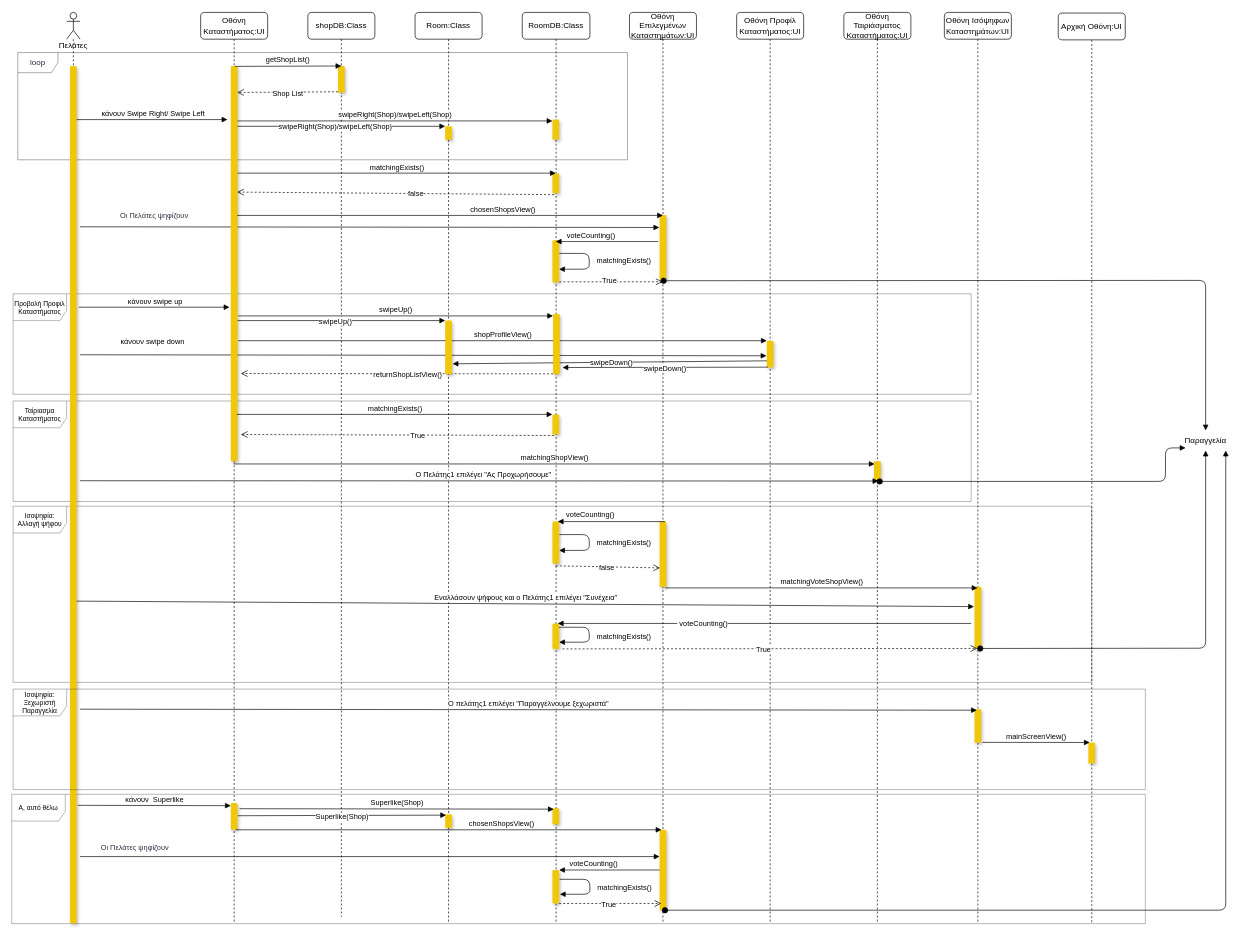
Above: docs/contributions/AthanasiaZ/Writing-Charts/Phase5/User Team Choice Shop/Team_Choice_Shop_Sequence.drawio in iloudaros/nomnomr (draw.io), before the change. Source tidied: cells renumbered, new cells numbered last; positions are measured from the earlier drawing's top-left corner, leaving out a move shared by most shapes. Both pictures are drawn from the tidied source at 67%, with x=0, y=0 at pixel (11, 12).
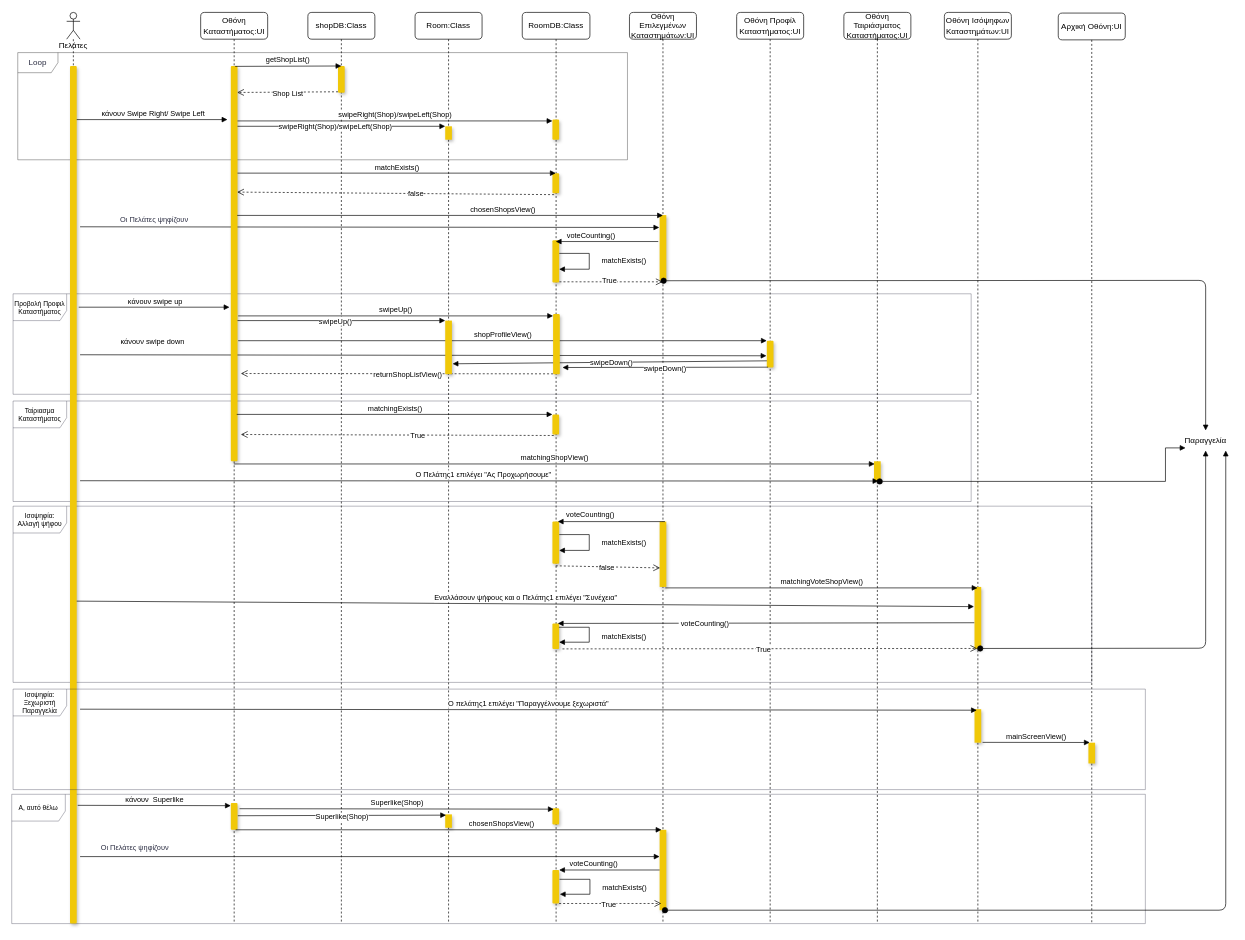
The same diagram, later.

The change refers to these unchanged cells:
```xml
<mxCell id="8" style="html=1;verticalAlign=bottom;endArrow=block;rounded=0;entryX=-0.05;entryY=0.19;entryDx=0;entryDy=0;entryPerimeter=0;" parent="1" edge="1" target="26">
  <mxGeometry x="-0.84" y="10" relative="1" as="geometry">
    <mxPoint x="102" y="320" as="sourcePoint" />
  </mxGeometry>
</mxCell>
<mxCell id="31" style="html=1;points=[];perimeter=orthogonalPerimeter;rounded=0;shadow=1;fillColor=#F0C808;strokeColor=none;arcSize=50;" parent="30" vertex="1">
  <mxGeometry x="45" y="857.5" width="10" height="92.5" as="geometry" />
</mxCell>
<mxCell id="40" value="RoomDB:Class" style="shape=umlLifeline;perimeter=lifelinePerimeter;whiteSpace=wrap;html=1;outlineConnect=0;rounded=1;shadow=0;fillColor=#FFFFFF;" parent="1" vertex="1">
  <mxGeometry x="762" width="101" height="1360" as="geometry" />
</mxCell>
<mxCell id="42" style="html=1;points=[];perimeter=orthogonalPerimeter;rounded=1;shadow=1;fillColor=#F0C808;strokeColor=none;" parent="40" vertex="1">
  <mxGeometry x="45" y="760" width="10" height="63" as="geometry" />
</mxCell>
<mxCell id="44" style="html=1;points=[];perimeter=orthogonalPerimeter;rounded=1;shadow=1;fillColor=#F0C808;strokeColor=none;" parent="40" vertex="1">
  <mxGeometry x="45" y="912" width="10" height="38" as="geometry" />
</mxCell>
<mxCell id="61" style="html=1;points=[];perimeter=orthogonalPerimeter;rounded=0;shadow=1;fillColor=#F0C808;strokeColor=none;arcSize=50;" parent="60" vertex="1">
  <mxGeometry x="45" y="670" width="10" height="30" as="geometry" />
</mxCell>
```

What changed in the source:
```diff
@@
     <mxCell id="9" value="Oι Πελάτες ψηφίζουν&amp;nbsp;" style="edgeLabel;html=1;align=center;verticalAlign=middle;fontColor=#2B2D42;" parent="8" vertex="1">
       <mxGeometry x="0.41" y="4" relative="1" as="geometry">
-        <mxPoint x="-498" y="-14" as="offset" />
+        <mxPoint x="-498" y="-7" as="offset" />
       </mxGeometry>
     </mxCell>
-    <mxCell id="10" value="loop" style="shape=umlFrame;whiteSpace=wrap;html=1;fontColor=#2B2D42;strokeWidth=0.5;" parent="1" vertex="1">
+    <mxCell id="10" value="Loop" style="shape=umlFrame;whiteSpace=wrap;html=1;fontColor=#2B2D42;strokeWidth=0.5;" parent="1" vertex="1">
       <mxGeometry x="9" y="60" width="910" height="160" as="geometry" />
     </mxCell>
@@
     <mxCell id="17" value="shopDB:Class" style="shape=umlLifeline;perimeter=lifelinePerimeter;whiteSpace=wrap;html=1;rounded=1;shadow=0;fillColor=#FFFFFF;" parent="1" vertex="1">
-      <mxGeometry x="442" width="100" height="1350" as="geometry" />
+      <mxGeometry x="442" width="100" height="1360" as="geometry" />
     </mxCell>
@@
-    <mxCell id="51" value="&amp;nbsp;matchingExists()" style="html=1;verticalAlign=bottom;endArrow=block;rounded=1;exitX=1.031;exitY=0.308;exitDx=0;exitDy=0;exitPerimeter=0;edgeStyle=orthogonalEdgeStyle;" parent="40" edge="1" source="42" target="42">
+    <mxCell id="51" value="&amp;nbsp;matchExists()" style="html=1;verticalAlign=bottom;endArrow=block;rounded=0;exitX=1.031;exitY=0.308;exitDx=0;exitDy=0;exitPerimeter=0;edgeStyle=orthogonalEdgeStyle;" parent="40" edge="1" source="42" target="42">
       <mxGeometry x="0.15" y="50" relative="1" as="geometry">
         <Array as="points">
           <mxPoint x="100" y="779" />
           <mxPoint x="100" y="803" />
         </Array>
       </mxGeometry>
     </mxCell>
-    <mxCell id="52" value="&amp;nbsp;matchingExists()" style="html=1;verticalAlign=bottom;endArrow=block;rounded=1;exitX=1.031;exitY=0.308;exitDx=0;exitDy=0;exitPerimeter=0;edgeStyle=orthogonalEdgeStyle;" parent="40" edge="1">
+    <mxCell id="52" value="&amp;nbsp;matchExists()" style="html=1;verticalAlign=bottom;endArrow=block;rounded=0;exitX=1.031;exitY=0.308;exitDx=0;exitDy=0;exitPerimeter=0;edgeStyle=orthogonalEdgeStyle;" parent="40" edge="1">
       <mxGeometry x="0.15" y="50" relative="1" as="geometry">
         <mxPoint x="55.3" y="359.7" as="sourcePoint" />
         <mxPoint x="55" y="383.3" as="targetPoint" />
         <Array as="points">
           <mxPoint x="100" y="359.3" />
           <mxPoint x="100" y="383.3" />
         </Array>
       </mxGeometry>
     </mxCell>
-    <mxCell id="53" value="&amp;nbsp;matchingExists()" style="html=1;verticalAlign=bottom;endArrow=block;rounded=1;exitX=0.967;exitY=0.151;exitDx=0;exitDy=0;exitPerimeter=0;edgeStyle=orthogonalEdgeStyle;" parent="40" edge="1">
+    <mxCell id="53" value="&amp;nbsp;matchExists()" style="html=1;verticalAlign=bottom;endArrow=block;rounded=0;exitX=0.967;exitY=0.151;exitDx=0;exitDy=0;exitPerimeter=0;edgeStyle=orthogonalEdgeStyle;" parent="40" edge="1">
       <mxGeometry x="0.2" y="-50" relative="1" as="geometry">
         <mxPoint x="55.7" y="1293.9" as="sourcePoint" />
         <mxPoint x="56" y="1316.2" as="targetPoint" />
         <Array as="points">
           <mxPoint x="101" y="1294.2" />
           <mxPoint x="101" y="1316.2" />
         </Array>
         <mxPoint x="50" y="50" as="offset" />
       </mxGeometry>
     </mxCell>
@@
-    <mxCell id="56" value="matchingExists()" style="html=1;verticalAlign=bottom;endArrow=block;rounded=0;exitX=1.2;exitY=0.271;exitDx=0;exitDy=0;exitPerimeter=0;" parent="1" edge="1" target="40">
+    <mxCell id="56" value="matchExists()" style="html=1;verticalAlign=bottom;endArrow=block;rounded=0;exitX=1.2;exitY=0.271;exitDx=0;exitDy=0;exitPerimeter=0;" parent="1" edge="1" target="40">
       <mxGeometry relative="1" as="geometry">
         <mxPoint x="337" y="239.9" as="sourcePoint" />
       </mxGeometry>
     </mxCell>
@@
-    <mxCell id="74" style="html=1;verticalAlign=bottom;startArrow=oval;startFill=1;endArrow=block;startSize=8;rounded=1;exitX=0.85;exitY=1;exitDx=0;exitDy=0;exitPerimeter=0;" parent="1" edge="1" source="61">
+    <mxCell id="74" style="html=1;verticalAlign=bottom;startArrow=oval;startFill=1;endArrow=block;startSize=8;rounded=0;exitX=0.85;exitY=1;exitDx=0;exitDy=0;exitPerimeter=0;" parent="1" edge="1" source="61">
       <mxGeometry y="10" relative="1" as="geometry">
         <mxPoint x="1752" y="650" as="targetPoint" />
         <Array as="points">
           <mxPoint x="1722" y="700" />
           <mxPoint x="1722" y="650" />
         </Array>
       </mxGeometry>
     </mxCell>
@@
-    <mxCell id="77" value="&amp;nbsp;voteCounting()" style="html=1;verticalAlign=bottom;endArrow=block;rounded=0;entryX=0.8;entryY=0;entryDx=0;entryDy=0;entryPerimeter=0;" parent="1" edge="1" target="44">
-      <mxGeometry x="0.3" y="10" relative="1" as="geometry">
-        <mxPoint x="1432" y="912" as="sourcePoint" />
-      </mxGeometry>
+    <mxCell id="77" value="&amp;nbsp;voteCounting()" style="html=1;verticalAlign=bottom;endArrow=block;rounded=0;entryX=0.8;entryY=0;entryDx=0;entryDy=0;entryPerimeter=0;exitX=-0.033;exitY=0.578;exitDx=0;exitDy=0;exitPerimeter=0;" parent="1" edge="1" source="31" target="44">
+      <mxGeometry x="0.3" y="10" relative="1" as="geometry" />
     </mxCell>
@@
-    <mxCell id="90" value="&amp;nbsp;matchingExists()" style="html=1;verticalAlign=bottom;endArrow=block;rounded=1;exitX=0.967;exitY=0.151;exitDx=0;exitDy=0;exitPerimeter=0;edgeStyle=orthogonalEdgeStyle;" parent="1" edge="1" source="44">
+    <mxCell id="90" value="&amp;nbsp;matchExists()" style="html=1;verticalAlign=bottom;endArrow=block;rounded=0;exitX=0.967;exitY=0.151;exitDx=0;exitDy=0;exitPerimeter=0;edgeStyle=orthogonalEdgeStyle;" parent="1" edge="1" source="44">
       <mxGeometry x="0.2" y="-50" relative="1" as="geometry">
         <mxPoint x="817" y="940" as="targetPoint" />
         <Array as="points">
           <mxPoint x="862" y="918" />
           <mxPoint x="862" y="940" />
         </Array>
         <mxPoint x="50" y="50" as="offset" />
       </mxGeometry>
     </mxCell>
```
